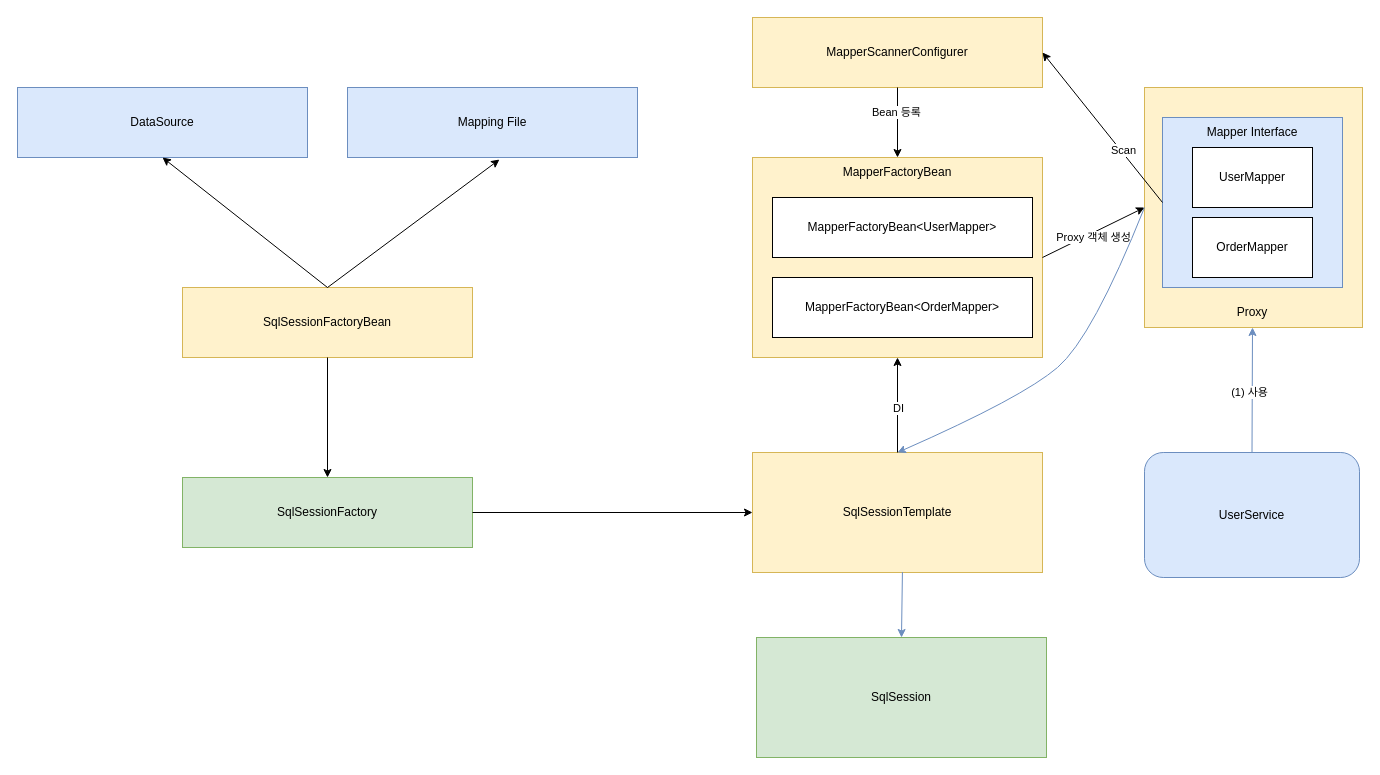
Before: page "페이지-4" (4 of 4) of architecture/spring-memory.drawio in TreeStone94/drawio, a draw.io diagram. Source tidied: cells renumbered, new cells numbered last; positions are measured from the earlier drawing's top-left corner, leaving out a move shared by most shapes. Both pictures are drawn from the tidied source at 100%, with x=0, y=0 at pixel (17, 17).
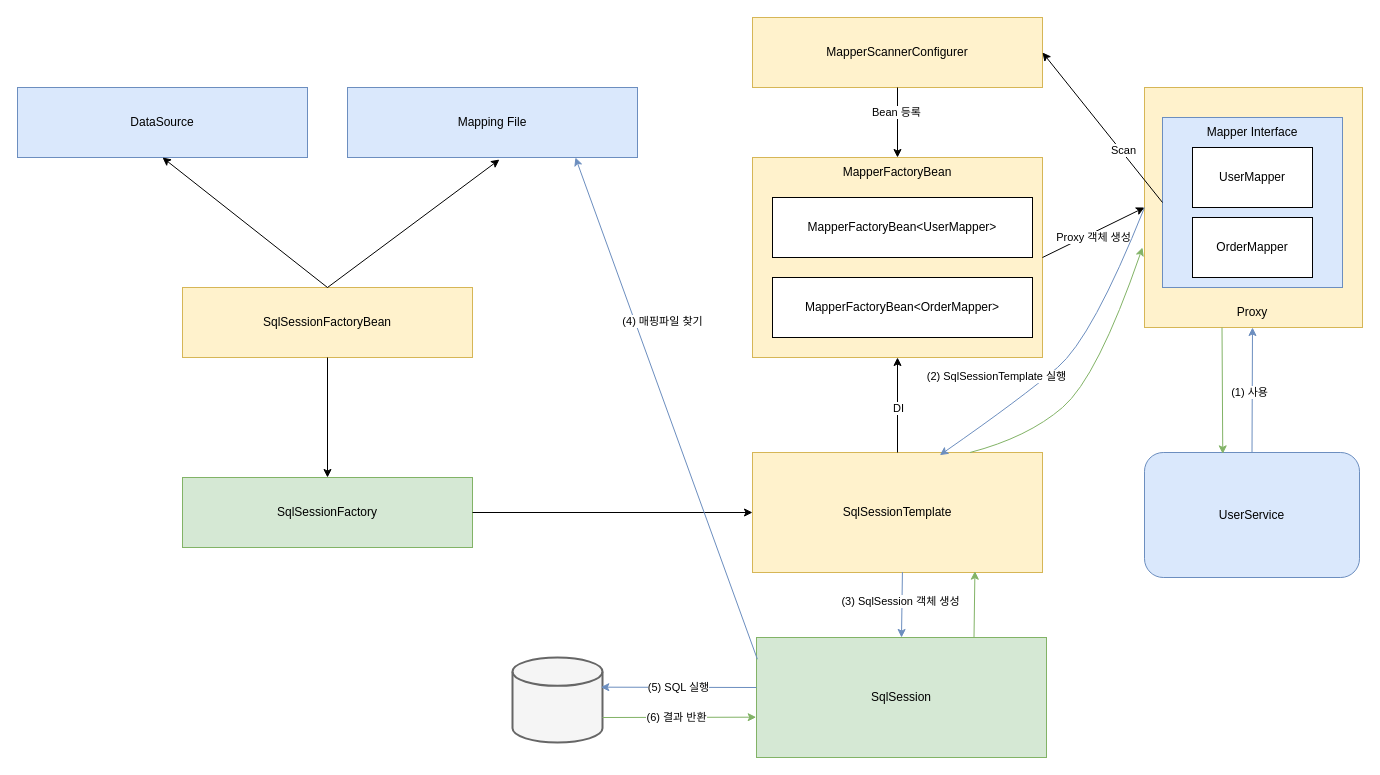
After the change.

The change refers to these unchanged cells:
```xml
<mxCell id="2" style="rounded=0;whiteSpace=wrap;html=1;fillColor=#fff2cc;strokeColor=#d6b656;" parent="1" vertex="1">
  <mxGeometry x="1127" y="70" width="218" height="240" as="geometry" />
</mxCell>
<mxCell id="5" value="SqlSessionTemplate" style="rounded=0;whiteSpace=wrap;html=1;fillColor=#fff2cc;strokeColor=#d6b656;" parent="1" vertex="1">
  <mxGeometry x="735" y="435" width="290" height="120" as="geometry" />
</mxCell>
<mxCell id="22" value="Mapping File" style="rounded=0;whiteSpace=wrap;html=1;fillColor=#dae8fc;strokeColor=#6c8ebf;" parent="1" vertex="1">
  <mxGeometry x="330" y="70" width="290" height="70" as="geometry" />
</mxCell>
<mxCell id="27" value="UserService" style="rounded=1;whiteSpace=wrap;html=1;fillColor=#dae8fc;strokeColor=#6c8ebf;" parent="1" vertex="1">
  <mxGeometry x="1127" y="435" width="215" height="125" as="geometry" />
</mxCell>
<mxCell id="34" value="SqlSession" style="rounded=0;whiteSpace=wrap;html=1;fillColor=#d5e8d4;strokeColor=#82b366;" parent="1" vertex="1">
  <mxGeometry x="739" y="620" width="290" height="120" as="geometry" />
</mxCell>
<mxCell id="35" style="endArrow=classic;html=1;rounded=0;exitX=0.517;exitY=0.997;exitDx=0;exitDy=0;entryX=0.5;entryY=0;entryDx=0;entryDy=0;exitPerimeter=0;fillColor=#dae8fc;strokeColor=#6c8ebf;" parent="1" edge="1" source="5" target="34">
  <mxGeometry relative="1" as="geometry" />
</mxCell>
```

Change to the diagram source:
```diff
@@
-    <mxCell id="33" style="curved=1;endArrow=classic;html=1;rounded=0;entryX=0.5;entryY=0;entryDx=0;entryDy=0;fillColor=#dae8fc;strokeColor=#6c8ebf;exitX=0;exitY=0.5;exitDx=0;exitDy=0;" parent="1" edge="1" source="2" target="5">
+    <mxCell id="33" style="curved=1;endArrow=classic;html=1;rounded=0;entryX=0.646;entryY=0.022;entryDx=0;entryDy=0;fillColor=#dae8fc;strokeColor=#6c8ebf;exitX=0;exitY=0.5;exitDx=0;exitDy=0;entryPerimeter=0;" parent="1" edge="1" source="2" target="5">
       <mxGeometry relative="1" as="geometry">
         <Array as="points">
           <mxPoint x="1075" y="320" />
           <mxPoint x="1005" y="380" />
         </Array>
       </mxGeometry>
     </mxCell>
+    <mxCell id="36" value="(2) SqlSessionTemplate 실행" style="edgeLabel;html=1;align=center;verticalAlign=middle;" parent="33" vertex="1">
+      <mxGeometry x="0.01" relative="1" as="geometry">
+        <mxPoint x="-75" y="20" as="offset" />
+      </mxGeometry>
+    </mxCell>
@@
+    <mxCell id="37" value="(3) SqlSession 객체 생성" style="edgeLabel;html=1;align=center;verticalAlign=middle;" parent="35" vertex="1">
+      <mxGeometry x="-0.1" y="-2" relative="1" as="geometry" />
+    </mxCell>
+    <mxCell id="38" style="endArrow=classic;html=1;rounded=0;exitX=0.003;exitY=0.181;exitDx=0;exitDy=0;entryX=0.786;entryY=1;entryDx=0;entryDy=0;fillColor=#dae8fc;strokeColor=#6c8ebf;entryPerimeter=0;exitPerimeter=0;" parent="1" edge="1" source="34" target="22">
+      <mxGeometry relative="1" as="geometry" />
+    </mxCell>
+    <mxCell id="39" value="(4) 매핑파일 찾기" style="edgeLabel;html=1;align=center;verticalAlign=middle;" parent="38" vertex="1">
+      <mxGeometry x="0.18" y="2" relative="1" as="geometry">
+        <mxPoint x="14" y="-43" as="offset" />
+      </mxGeometry>
+    </mxCell>
+    <mxCell id="40" style="strokeWidth=2;html=1;shape=mxgraph.flowchart.database;whiteSpace=wrap;fillColor=#f5f5f5;fontColor=#333333;strokeColor=#666666;" parent="1" vertex="1">
+      <mxGeometry x="495" y="640" width="90" height="85" as="geometry" />
+    </mxCell>
+    <mxCell id="41" style="endArrow=classic;html=1;rounded=0;fillColor=#dae8fc;strokeColor=#6c8ebf;entryX=0.981;entryY=0.349;entryDx=0;entryDy=0;entryPerimeter=0;exitX=0;exitY=0.5;exitDx=0;exitDy=0;" parent="1" edge="1" target="40">
+      <mxGeometry relative="1" as="geometry">
+        <mxPoint x="739" y="670" as="sourcePoint" />
+      </mxGeometry>
+    </mxCell>
+    <mxCell id="42" value="(5) SQL 실행" style="edgeLabel;html=1;align=center;verticalAlign=middle;" parent="41" vertex="1">
+      <mxGeometry x="-0.04" y="3" relative="1" as="geometry">
+        <mxPoint x="-3" y="-3" as="offset" />
+      </mxGeometry>
+    </mxCell>
+    <mxCell id="43" style="endArrow=classic;html=1;rounded=0;fillColor=#d5e8d4;strokeColor=#82b366;entryX=-0.001;entryY=0.664;entryDx=0;entryDy=0;entryPerimeter=0;" parent="1" edge="1" target="34">
+      <mxGeometry relative="1" as="geometry">
+        <mxPoint x="585" y="700" as="sourcePoint" />
+      </mxGeometry>
+    </mxCell>
+    <mxCell id="44" value="(6) 결과 반환" style="edgeLabel;html=1;align=center;verticalAlign=middle;" parent="43" vertex="1">
+      <mxGeometry x="-0.04" y="3" relative="1" as="geometry">
+        <mxPoint y="3" as="offset" />
+      </mxGeometry>
+    </mxCell>
+    <mxCell id="45" style="endArrow=classic;html=1;rounded=0;fillColor=#d5e8d4;strokeColor=#82b366;entryX=0.767;entryY=0.989;entryDx=0;entryDy=0;entryPerimeter=0;exitX=0.75;exitY=0;exitDx=0;exitDy=0;" parent="1" edge="1" source="34" target="5">
+      <mxGeometry relative="1" as="geometry" />
+    </mxCell>
+    <mxCell id="46" style="endArrow=classic;html=1;rounded=0;fillColor=#d5e8d4;strokeColor=#82b366;exitX=0;exitY=1;exitDx=0;exitDy=0;entryX=0.364;entryY=0.011;entryDx=0;entryDy=0;entryPerimeter=0;" parent="1" edge="1" target="27">
+      <mxGeometry relative="1" as="geometry">
+        <mxPoint x="1204.5" y="310" as="sourcePoint" />
+      </mxGeometry>
+    </mxCell>
+    <mxCell id="47" style="curved=1;endArrow=classic;html=1;rounded=0;fillColor=#d5e8d4;strokeColor=#82b366;exitX=0.75;exitY=0;exitDx=0;exitDy=0;" parent="1" edge="1" source="5">
+      <mxGeometry relative="1" as="geometry">
+        <mxPoint x="1125" y="230" as="targetPoint" />
+        <Array as="points">
+          <mxPoint x="1010" y="420" />
+          <mxPoint x="1080" y="360" />
+        </Array>
+      </mxGeometry>
+    </mxCell>
```
